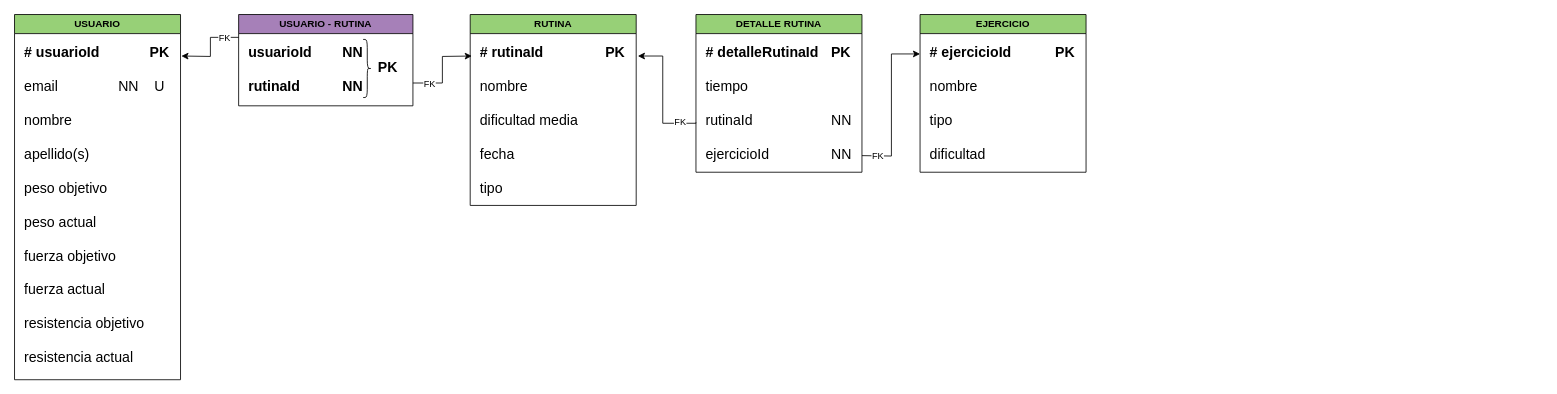
This is drawio/Grupo 8 Relacional Grupo 7.drawio from DiEgOfercri/Modelos-BBDD, a draw.io file, before an edit. Source tidied: cells renumbered, new cells numbered last; positions are measured from the earlier drawing's top-left corner, leaving out a move shared by most shapes. Both pictures are drawn from the tidied source at 83%, with x=0, y=0 at pixel (14, 14).
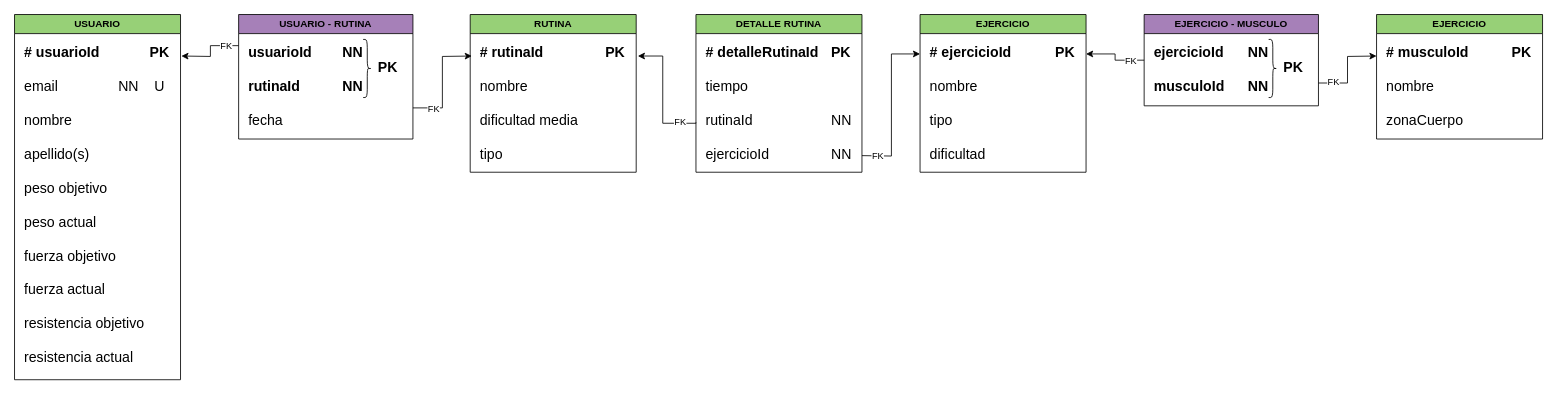
The same page after the edit.

The change refers to these unchanged cells:
```xml
<mxCell id="20" value="EJERCICIO" style="swimlane;whiteSpace=wrap;html=1;fillColor=#97D077;" parent="1" vertex="1">
  <mxGeometry x="1091" width="200" height="190" as="geometry" />
</mxCell>
```

What changed in the source:
```diff
@@
     <mxCell id="8" value="USUARIO - RUTINA" style="swimlane;whiteSpace=wrap;html=1;fillColor=#A680B8;" parent="1" vertex="1">
-      <mxGeometry x="270" width="210" height="110" as="geometry" />
+      <mxGeometry x="270" width="210" height="150" as="geometry" />
     </mxCell>
-    <mxCell id="9" value="&lt;div style=&quot;text-align: right;&quot;&gt;&lt;b style=&quot;background-color: initial;&quot;&gt;usuarioId&lt;span style=&quot;white-space: pre;&quot;&gt;&#9;&lt;/span&gt;NN&lt;/b&gt;&lt;/div&gt;&lt;br style=&quot;font-size: 17px;&quot;&gt;&lt;b&gt;rutinaId&lt;span style=&quot;white-space: pre;&quot;&gt;&#9;&lt;span style=&quot;white-space: pre;&quot;&gt;&#9;&lt;/span&gt;&lt;/span&gt;NN&lt;/b&gt;" style="text;html=1;strokeColor=none;fillColor=none;align=left;verticalAlign=top;whiteSpace=wrap;rounded=0;fontSize=17;" parent="8" vertex="1">
-      <mxGeometry x="10" y="30" width="180" height="70" as="geometry" />
+    <mxCell id="9" value="&lt;div style=&quot;text-align: right;&quot;&gt;&lt;b style=&quot;background-color: initial;&quot;&gt;usuarioId&lt;span style=&quot;white-space: pre;&quot;&gt;&#9;&lt;/span&gt;NN&lt;/b&gt;&lt;/div&gt;&lt;br style=&quot;font-size: 17px;&quot;&gt;&lt;b&gt;rutinaId&lt;/b&gt;&lt;span style=&quot;font-weight: bold; white-space: pre;&quot;&gt;&#9;&lt;span style=&quot;white-space: pre;&quot;&gt;&#9;&lt;/span&gt;&lt;/span&gt;&lt;b&gt;NN&lt;/b&gt;&lt;br&gt;&lt;br&gt;fecha" style="text;html=1;strokeColor=none;fillColor=none;align=left;verticalAlign=top;whiteSpace=wrap;rounded=0;fontSize=17;" parent="8" vertex="1">
+      <mxGeometry x="10" y="30" width="180" height="110" as="geometry" />
     </mxCell>
@@
     <mxCell id="12" value="RUTINA" style="swimlane;whiteSpace=wrap;html=1;fillColor=#97D077;" parent="1" vertex="1">
-      <mxGeometry x="549" width="200" height="230" as="geometry" />
+      <mxGeometry x="549" width="200" height="190" as="geometry" />
     </mxCell>
-    <mxCell id="13" value="&lt;b style=&quot;font-size: 17px;&quot;&gt;# rutinaId&lt;span style=&quot;white-space: pre;&quot;&gt;&#9;&lt;span style=&quot;white-space: pre;&quot;&gt;&#9;&lt;/span&gt;&lt;/span&gt;PK&lt;/b&gt;&lt;br style=&quot;font-size: 17px;&quot;&gt;&lt;br&gt;nombre&lt;br&gt;&lt;br style=&quot;font-size: 17px;&quot;&gt;dificultad media&lt;br style=&quot;font-size: 17px;&quot;&gt;&lt;br style=&quot;font-size: 17px;&quot;&gt;fecha&lt;br&gt;&lt;br&gt;tipo" style="text;html=1;strokeColor=none;fillColor=none;align=left;verticalAlign=top;whiteSpace=wrap;rounded=0;fontSize=17;" parent="12" vertex="1">
-      <mxGeometry x="10" y="30" width="180" height="190" as="geometry" />
+    <mxCell id="13" value="&lt;b style=&quot;font-size: 17px;&quot;&gt;# rutinaId&lt;span style=&quot;white-space: pre;&quot;&gt;&#9;&lt;span style=&quot;white-space: pre;&quot;&gt;&#9;&lt;/span&gt;&lt;/span&gt;PK&lt;/b&gt;&lt;br style=&quot;font-size: 17px;&quot;&gt;&lt;br&gt;nombre&lt;br&gt;&lt;br style=&quot;font-size: 17px;&quot;&gt;dificultad media&lt;br style=&quot;font-size: 17px;&quot;&gt;&lt;br&gt;tipo" style="text;html=1;strokeColor=none;fillColor=none;align=left;verticalAlign=top;whiteSpace=wrap;rounded=0;fontSize=17;" parent="12" vertex="1">
+      <mxGeometry x="10" y="30" width="180" height="150" as="geometry" />
     </mxCell>
@@
+    <mxCell id="22" value="EJERCICIO" style="swimlane;whiteSpace=wrap;html=1;fillColor=#97D077;" parent="1" vertex="1">
+      <mxGeometry x="1641" width="200" height="150" as="geometry" />
+    </mxCell>
+    <mxCell id="23" value="&lt;b style=&quot;font-size: 17px;&quot;&gt;# musculoId&lt;span style=&quot;white-space: pre;&quot;&gt;&lt;span style=&quot;white-space: pre;&quot;&gt;&#9;&lt;span style=&quot;white-space: pre;&quot;&gt;&#9;&lt;/span&gt;&lt;/span&gt;&lt;/span&gt;PK&lt;/b&gt;&lt;br style=&quot;font-size: 17px;&quot;&gt;&lt;br&gt;nombre&lt;br&gt;&lt;br style=&quot;font-size: 17px;&quot;&gt;zonaCuerpo" style="text;html=1;strokeColor=none;fillColor=none;align=left;verticalAlign=top;whiteSpace=wrap;rounded=0;fontSize=17;" parent="22" vertex="1">
+      <mxGeometry x="10" y="30" width="180" height="110" as="geometry" />
+    </mxCell>
+    <mxCell id="24" style="edgeStyle=orthogonalEdgeStyle;rounded=0;jettySize=auto;html=1;exitX=0;exitY=0.5;exitDx=0;exitDy=0;entryX=1;entryY=0.25;entryDx=0;entryDy=0;" parent="1" edge="1" source="28" target="20">
+      <mxGeometry relative="1" as="geometry" />
+    </mxCell>
+    <mxCell id="25" value="FK" style="edgeLabel;html=1;align=center;verticalAlign=middle;" parent="24" vertex="1">
+      <mxGeometry x="-0.55" relative="1" as="geometry" />
+    </mxCell>
+    <mxCell id="26" style="edgeStyle=orthogonalEdgeStyle;rounded=0;jettySize=auto;html=1;exitX=1;exitY=0.75;exitDx=0;exitDy=0;" parent="1" edge="1" source="28">
+      <mxGeometry relative="1" as="geometry">
+        <mxPoint x="1641" y="50" as="targetPoint" />
+      </mxGeometry>
+    </mxCell>
+    <mxCell id="27" value="FK" style="edgeLabel;html=1;align=center;verticalAlign=middle;" parent="26" vertex="1">
+      <mxGeometry x="-0.67" y="1" relative="1" as="geometry" />
+    </mxCell>
+    <mxCell id="28" value="EJERCICIO - MUSCULO" style="swimlane;whiteSpace=wrap;html=1;fillColor=#A680B8;" parent="1" vertex="1">
+      <mxGeometry x="1361" width="210" height="110" as="geometry" />
+    </mxCell>
+    <mxCell id="29" value="&lt;div style=&quot;&quot;&gt;&lt;b style=&quot;background-color: initial;&quot;&gt;ejercicioId &lt;span style=&quot;white-space: pre;&quot;&gt;&#9;&lt;/span&gt;NN&lt;/b&gt;&lt;/div&gt;&lt;br style=&quot;font-size: 17px;&quot;&gt;&lt;b&gt;musculoId&lt;span style=&quot;white-space: pre;&quot;&gt;&lt;span style=&quot;white-space: pre;&quot;&gt;&#9;&lt;/span&gt;&lt;/span&gt;NN&lt;/b&gt;" style="text;html=1;strokeColor=none;fillColor=none;align=left;verticalAlign=top;whiteSpace=wrap;rounded=0;fontSize=17;" parent="28" vertex="1">
+      <mxGeometry x="10" y="30" width="180" height="70" as="geometry" />
+    </mxCell>
+    <mxCell id="30" style="shape=curlyBracket;whiteSpace=wrap;html=1;rounded=1;flipH=1;labelPosition=right;verticalLabelPosition=middle;align=left;verticalAlign=middle;size=0.5;" parent="28" vertex="1">
+      <mxGeometry x="150" y="30" width="10" height="70" as="geometry" />
+    </mxCell>
+    <mxCell id="31" value="&lt;b style=&quot;font-size: 17px;&quot;&gt;PK&lt;/b&gt;" style="text;html=1;strokeColor=none;fillColor=none;align=center;verticalAlign=middle;whiteSpace=wrap;rounded=0;fontSize=17;" parent="28" vertex="1">
+      <mxGeometry x="150" y="50" width="60" height="30" as="geometry" />
+    </mxCell>
```
